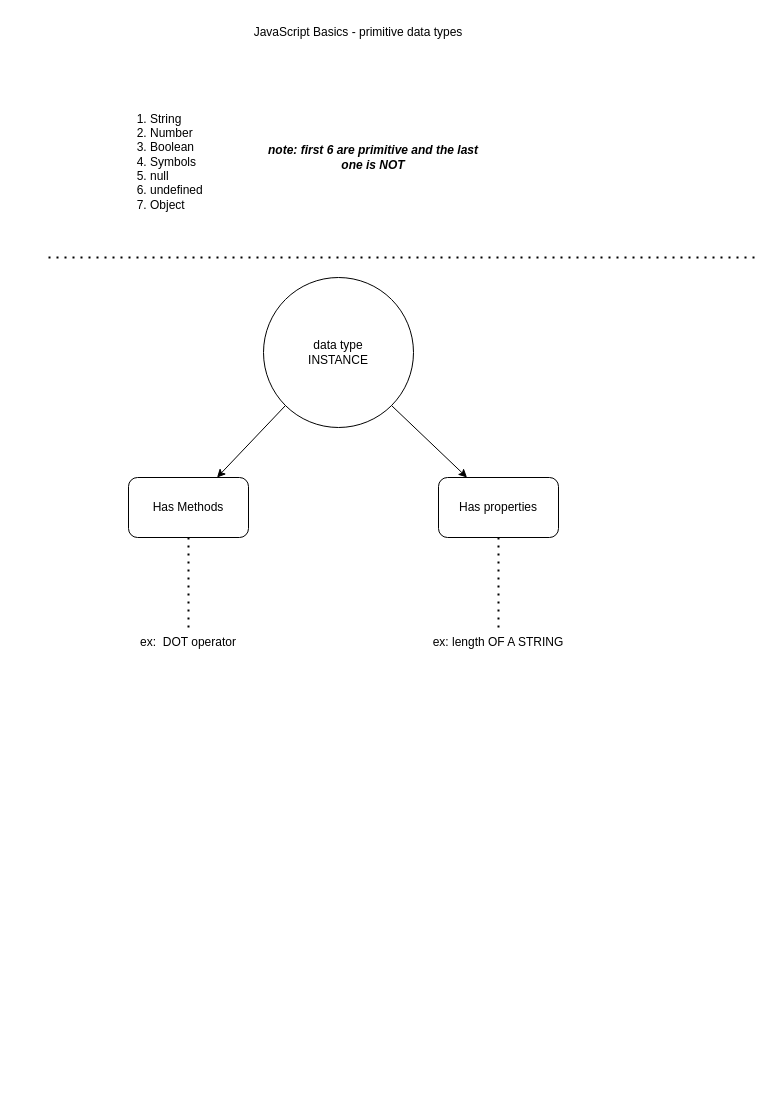
bryangino20/javascripThings keeps this draw.io diagram as Untitled Diagram.drawio. Above is the earlier version. Source tidied: cells renumbered, new cells numbered last; positions are measured from the earlier drawing's top-left corner, leaving out a move shared by most shapes. Both pictures are drawn from the tidied source at 100%, with x=0, y=0 at pixel (48, 17).
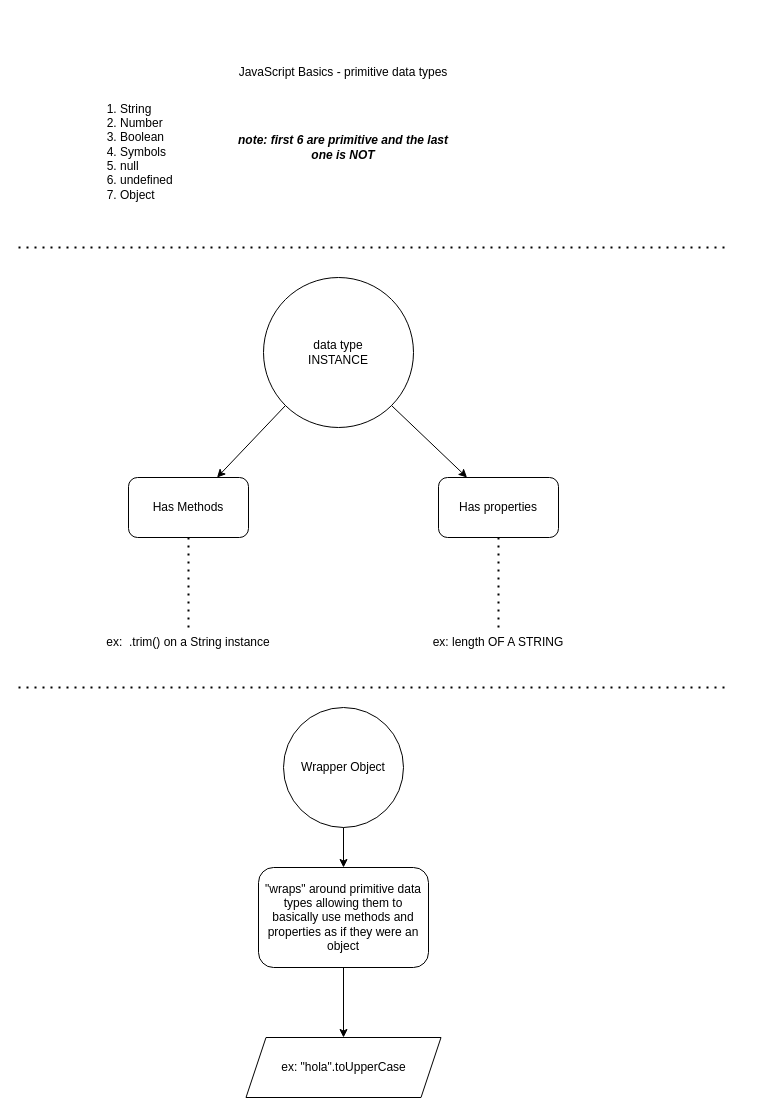
After the change.

Commit message:
JavaScript Fundamentals

What changed in the source:
```diff
@@
     <mxCell id="2" value="JavaScript Basics - primitive data types" style="text;html=1;strokeColor=none;fillColor=none;align=center;verticalAlign=middle;whiteSpace=wrap;rounded=0;" parent="1" vertex="1">
-      <mxGeometry x="190" width="240" height="30" as="geometry" />
+      <mxGeometry x="175" y="40" width="240" height="30" as="geometry" />
     </mxCell>
     <mxCell id="3" value="&lt;ol&gt;&lt;li&gt;String&lt;/li&gt;&lt;li&gt;Number&lt;/li&gt;&lt;li&gt;Boolean&lt;/li&gt;&lt;li&gt;Symbols&lt;/li&gt;&lt;li&gt;null&lt;/li&gt;&lt;li&gt;undefined&lt;/li&gt;&lt;li&gt;Object&lt;/li&gt;&lt;/ol&gt;" style="text;strokeColor=none;fillColor=none;html=1;whiteSpace=wrap;verticalAlign=middle;overflow=hidden;" parent="1" vertex="1">
-      <mxGeometry x="60" y="80" width="170" height="120" as="geometry" />
+      <mxGeometry x="30" y="70" width="170" height="120" as="geometry" />
     </mxCell>
     <mxCell id="4" value="&lt;i&gt;&lt;b&gt;note: first 6 are primitive and the last one is NOT&lt;/b&gt;&lt;/i&gt;" style="text;html=1;strokeColor=none;fillColor=none;align=center;verticalAlign=middle;whiteSpace=wrap;rounded=0;" parent="1" vertex="1">
-      <mxGeometry x="210" y="125" width="230" height="30" as="geometry" />
+      <mxGeometry x="180" y="115" width="230" height="30" as="geometry" />
     </mxCell>
@@
     <mxCell id="6" style="endArrow=none;dashed=1;html=1;dashPattern=1 3;strokeWidth=2;rounded=0;" parent="1" edge="1">
       <mxGeometry relative="1" as="geometry">
-        <mxPoint y="240" as="sourcePoint" />
-        <mxPoint x="710" y="240" as="targetPoint" />
+        <mxPoint x="-30" y="230" as="sourcePoint" />
+        <mxPoint x="680" y="230" as="targetPoint" />
       </mxGeometry>
     </mxCell>
@@
-    <mxCell id="13" value="ex:&amp;nbsp; DOT operator" style="text;html=1;strokeColor=none;fillColor=none;align=center;verticalAlign=middle;whiteSpace=wrap;rounded=0;" parent="1" vertex="1">
+    <mxCell id="13" value="ex:&amp;nbsp; .trim() on a String instance" style="text;html=1;strokeColor=none;fillColor=none;align=center;verticalAlign=middle;whiteSpace=wrap;rounded=0;" parent="1" vertex="1">
       <mxGeometry x="45" y="610" width="190" height="30" as="geometry" />
     </mxCell>
@@
+    <mxCell id="16" style="endArrow=none;dashed=1;html=1;dashPattern=1 3;strokeWidth=2;rounded=0;" parent="1" edge="1">
+      <mxGeometry relative="1" as="geometry">
+        <mxPoint x="-30" y="670" as="sourcePoint" />
+        <mxPoint x="680" y="670" as="targetPoint" />
+      </mxGeometry>
+    </mxCell>
+    <mxCell id="17" value="Wrapper Object" style="ellipse;whiteSpace=wrap;html=1;" parent="1" vertex="1">
+      <mxGeometry x="235" y="690" width="120" height="120" as="geometry" />
+    </mxCell>
+    <mxCell id="18" style="endArrow=classic;html=1;rounded=0;exitX=0.5;exitY=1;exitDx=0;exitDy=0;entryX=0.5;entryY=0;entryDx=0;entryDy=0;" parent="1" edge="1" source="17" target="19">
+      <mxGeometry relative="1" as="geometry" />
+    </mxCell>
+    <mxCell id="19" value="&quot;wraps&quot; around primitive data types allowing them to basically use methods and properties as if they were an object" style="rounded=1;whiteSpace=wrap;html=1;" parent="1" vertex="1">
+      <mxGeometry x="210" y="850" width="170" height="100" as="geometry" />
+    </mxCell>
+    <mxCell id="20" style="endArrow=classic;html=1;rounded=0;exitX=0.5;exitY=1;exitDx=0;exitDy=0;entryX=0.5;entryY=0;entryDx=0;entryDy=0;" parent="1" edge="1" source="19" target="21">
+      <mxGeometry relative="1" as="geometry" />
+    </mxCell>
+    <mxCell id="21" value="ex: &quot;hola&quot;.toUpperCase" style="shape=parallelogram;perimeter=parallelogramPerimeter;whiteSpace=wrap;html=1;fixedSize=1;" parent="1" vertex="1">
+      <mxGeometry x="197.5" y="1020" width="195" height="60" as="geometry" />
+    </mxCell>
```
